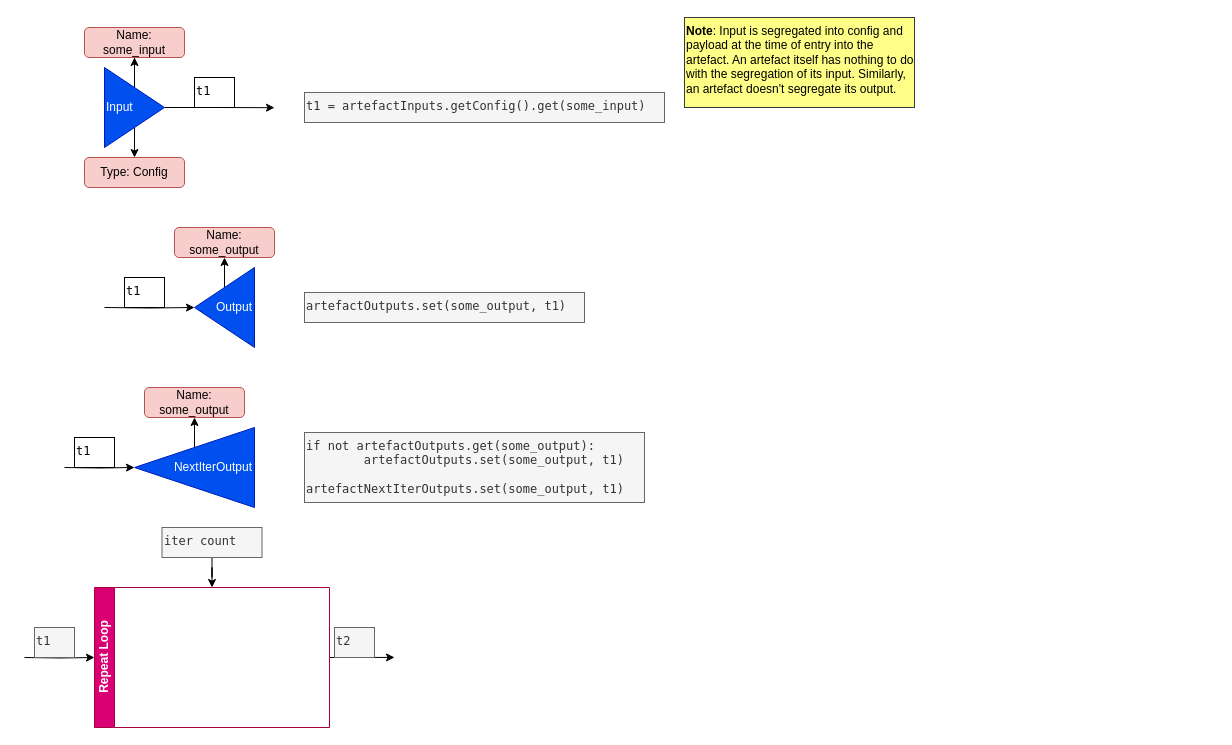
Earlier version of the draw.io diagram New Language Examples/Basic Node Usage.drawio (rohan843/dnncase). Source tidied: cells renumbered, new cells numbered last; positions are measured from the earlier drawing's top-left corner, leaving out a move shared by most shapes. Both pictures are drawn from the tidied source at 100%, with x=0, y=0 at pixel (24, 17).
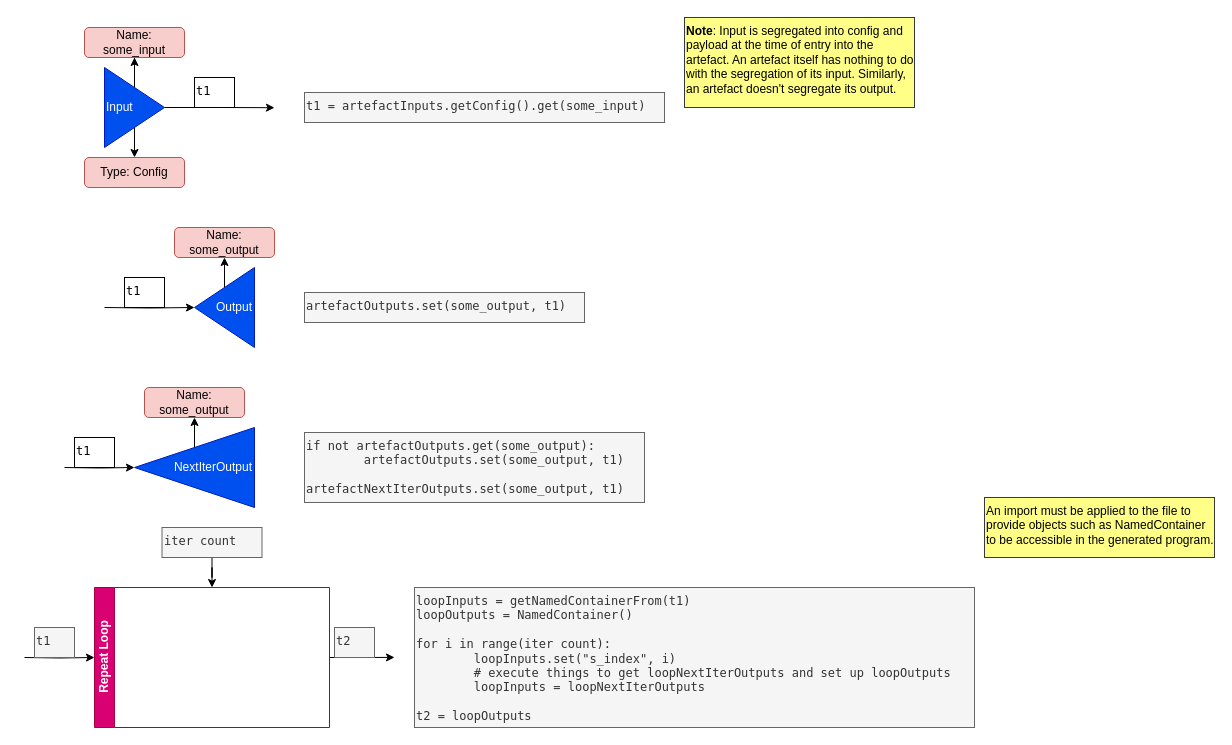
Above is the later version.

Commit message:
doc: finish repeat loop description

The edit, as a diff of the source:
```diff
@@
+    <mxCell id="30" value="loopInputs = getNamedContainerFrom(t1)&lt;br&gt;loopOutputs = NamedContainer()&lt;br&gt;&lt;br&gt;for i in range(iter count):&lt;br&gt;&lt;span style=&quot;white-space: pre;&quot;&gt;&#9;&lt;/span&gt;loopInputs.set(&quot;s_index&quot;, i)&lt;br&gt;&lt;span style=&quot;white-space: pre;&quot;&gt;&#9;&lt;/span&gt;# execute things to get loopNextIterOutputs and set up loopOutputs&lt;br&gt;&lt;span style=&quot;white-space: pre;&quot;&gt;&#9;&lt;/span&gt;loopInputs = loopNextIterOutputs&lt;br&gt;&lt;br&gt;t2 = loopOutputs" style="text;html=1;align=left;verticalAlign=top;whiteSpace=wrap;rounded=0;fontFamily=Lucida Console;fillColor=#f5f5f5;fontColor=#333333;strokeColor=#666666;" parent="1" vertex="1">
+      <mxGeometry x="390" y="570" width="560" height="140" as="geometry" />
+    </mxCell>
+    <mxCell id="31" value="An import must be applied to the file to provide objects such as NamedContainer to be accessible in the generated program." style="text;html=1;strokeColor=#36393d;fillColor=#ffff88;align=left;verticalAlign=top;whiteSpace=wrap;rounded=0;fixedWidth=1;" parent="1" vertex="1">
+      <mxGeometry x="960" y="480" width="230" height="60" as="geometry" />
+    </mxCell>
```
